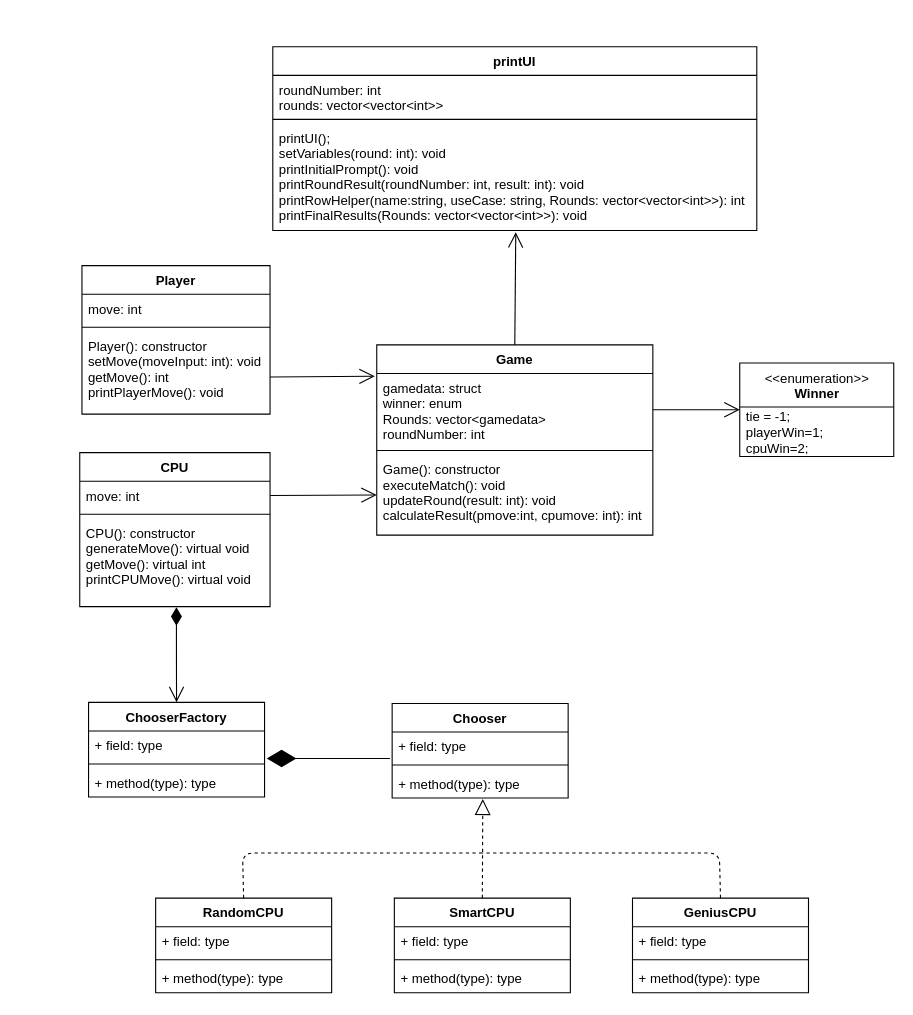
This is HW_3/nonCode/ClassDiagram.drawio from AudiCmpE28/ProgrammingHW, a draw.io file, before an edit. Source tidied: cells renumbered, new cells numbered last; positions are measured from the earlier drawing's top-left corner, leaving out a move shared by most shapes. Both pictures are drawn from the tidied source at 110%, with x=0, y=0 at pixel (79, 46).
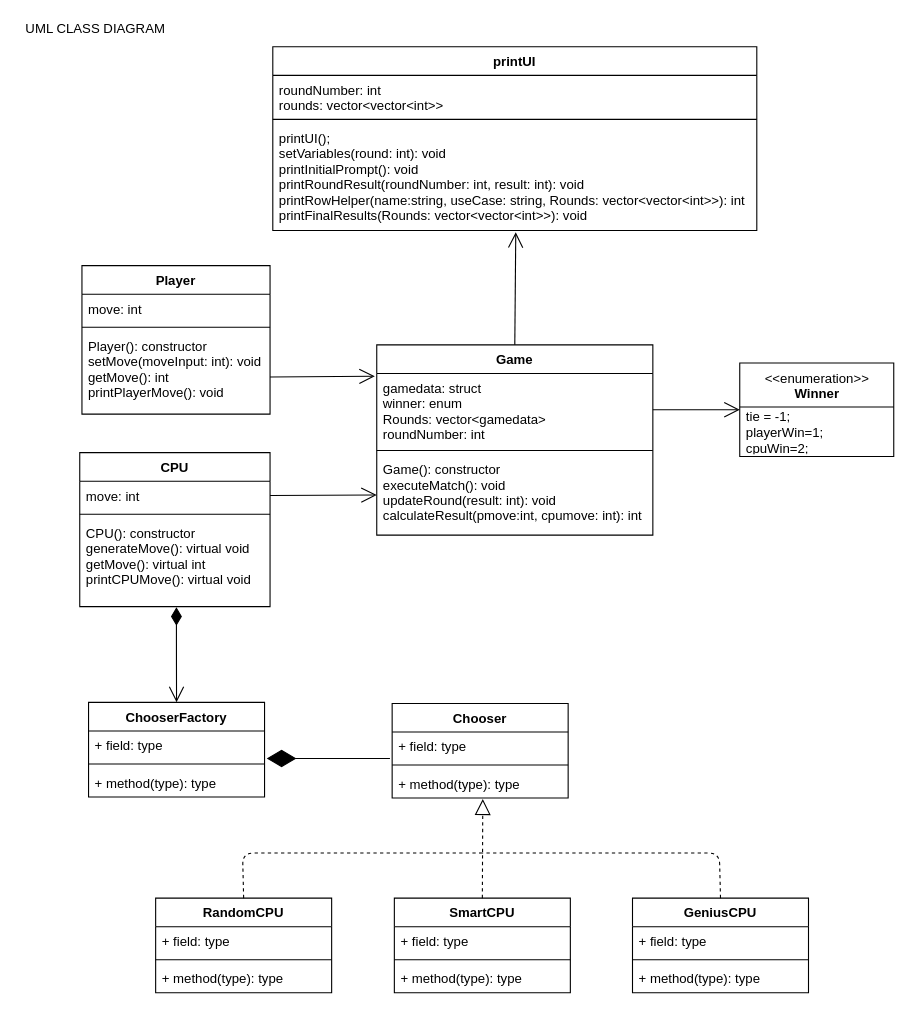
The same diagram, later.

Diff of the diagram source:
```diff
@@
+    <mxCell id="49" value="UML CLASS DIAGRAM" style="text;html=1;align=center;verticalAlign=middle;strokeColor=none;fillColor=none;" parent="1" vertex="1">
+      <mxGeometry x="-55" y="-25" width="137" height="17" as="geometry" />
+    </mxCell>
```
